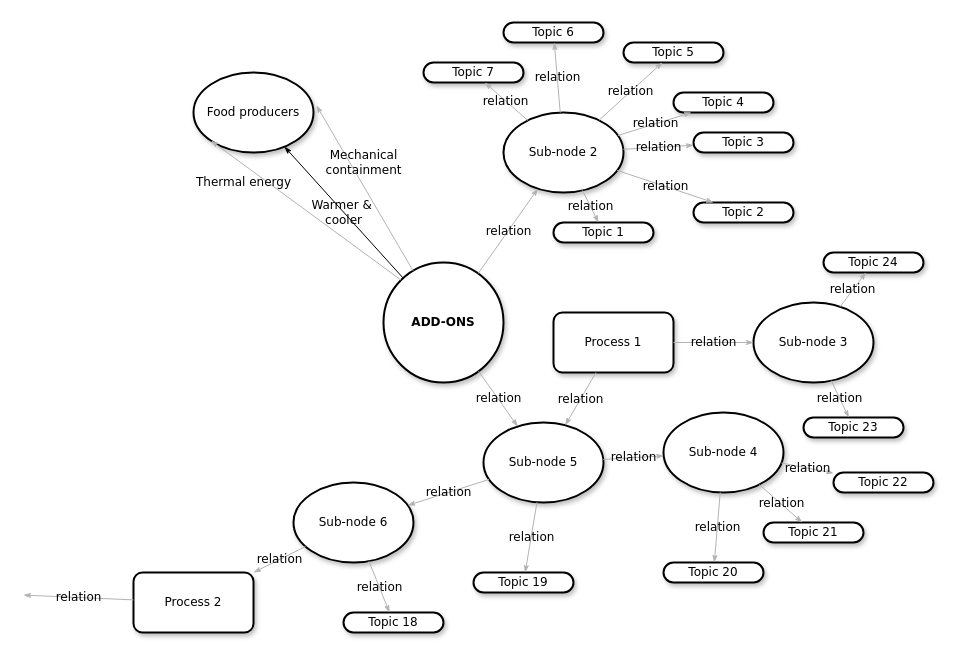
Above: External interfaces.drawio in amerezoji1362/drawio-github (draw.io), before the change. Source tidied: cells renumbered, new cells numbered last; positions are measured from the earlier drawing's top-left corner, leaving out a move shared by most shapes. Both pictures are drawn from the tidied source at 100%, with x=0, y=0 at pixel (23, 22).
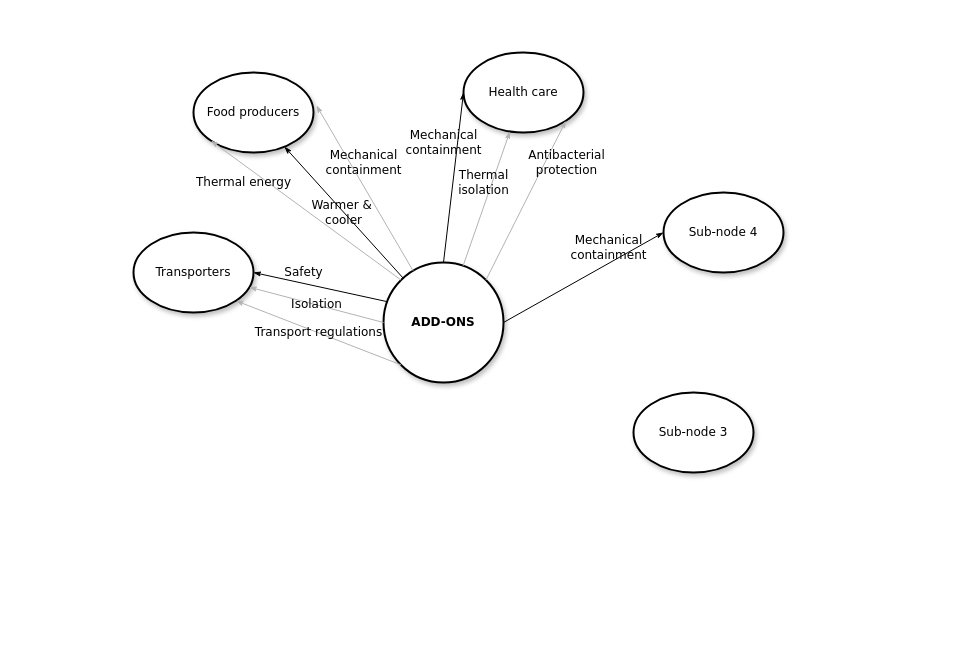
After the change.

Unchanged cells that the change refers to:
```xml
<mxCell id="4" value="&lt;b&gt;ADD-ONS&lt;/b&gt;" style="ellipse;whiteSpace=wrap;html=1;rounded=1;shadow=1;comic=0;labelBackgroundColor=none;strokeWidth=2;fontFamily=Verdana;fontSize=12;align=center;" parent="1" vertex="1">
  <mxGeometry x="360" y="240" width="120" height="120" as="geometry" />
</mxCell>
```

Diff of the diagram source:
```diff
@@
-    <mxCell id="3" value="&lt;span&gt;Sub-node 2&lt;/span&gt;" style="ellipse;whiteSpace=wrap;html=1;rounded=1;shadow=1;comic=0;labelBackgroundColor=none;strokeWidth=2;fontFamily=Verdana;fontSize=12;align=center;" parent="1" vertex="1">
-      <mxGeometry x="480" y="90" width="120" height="80" as="geometry" />
+    <mxCell id="3" value="Health care" style="ellipse;whiteSpace=wrap;html=1;rounded=1;shadow=1;comic=0;labelBackgroundColor=none;strokeWidth=2;fontFamily=Verdana;fontSize=12;align=center;" parent="1" vertex="1">
+      <mxGeometry x="440" y="30" width="120" height="80" as="geometry" />
     </mxCell>
@@
-    <mxCell id="5" value="&lt;span&gt;Sub-node 5&lt;/span&gt;" style="ellipse;whiteSpace=wrap;html=1;rounded=1;shadow=1;comic=0;labelBackgroundColor=none;strokeWidth=2;fontFamily=Verdana;fontSize=12;align=center;" parent="1" vertex="1">
-      <mxGeometry x="460" y="400" width="120" height="80" as="geometry" />
+    <mxCell id="5" value="Transporters" style="ellipse;whiteSpace=wrap;html=1;rounded=1;shadow=1;comic=0;labelBackgroundColor=none;strokeWidth=2;fontFamily=Verdana;fontSize=12;align=center;" parent="1" vertex="1">
+      <mxGeometry x="110" y="210" width="120" height="80" as="geometry" />
     </mxCell>
     <mxCell id="6" value="&lt;span&gt;Sub-node 4&lt;/span&gt;" style="ellipse;whiteSpace=wrap;html=1;rounded=1;shadow=1;comic=0;labelBackgroundColor=none;strokeWidth=2;fontFamily=Verdana;fontSize=12;align=center;" parent="1" vertex="1">
-      <mxGeometry x="640" y="390" width="120" height="80" as="geometry" />
+      <mxGeometry x="640" y="170" width="120" height="80" as="geometry" />
     </mxCell>
-    <mxCell id="7" value="&lt;span&gt;Sub-node 6&lt;/span&gt;" style="ellipse;whiteSpace=wrap;html=1;rounded=1;shadow=1;comic=0;labelBackgroundColor=none;strokeWidth=2;fontFamily=Verdana;fontSize=12;align=center;" parent="1" vertex="1">
-      <mxGeometry x="270" y="460" width="120" height="80" as="geometry" />
-    </mxCell>
-    <mxCell id="8" value="&lt;span&gt;Topic 7&lt;/span&gt;" style="whiteSpace=wrap;html=1;rounded=1;shadow=1;comic=0;labelBackgroundColor=none;strokeWidth=2;fontFamily=Verdana;fontSize=12;align=center;arcSize=50;" parent="1" vertex="1">
-      <mxGeometry x="400" y="40" width="100" height="20" as="geometry" />
-    </mxCell>
-    <mxCell id="9" value="&lt;span&gt;Topic 21&lt;/span&gt;" style="whiteSpace=wrap;html=1;rounded=1;shadow=1;comic=0;labelBackgroundColor=none;strokeWidth=2;fontFamily=Verdana;fontSize=12;align=center;arcSize=50;" parent="1" vertex="1">
-      <mxGeometry x="740" y="500" width="100" height="20" as="geometry" />
-    </mxCell>
-    <mxCell id="10" value="&lt;span&gt;Topic 22&lt;/span&gt;" style="whiteSpace=wrap;html=1;rounded=1;shadow=1;comic=0;labelBackgroundColor=none;strokeWidth=2;fontFamily=Verdana;fontSize=12;align=center;arcSize=50;" parent="1" vertex="1">
-      <mxGeometry x="810" y="450" width="100" height="20" as="geometry" />
-    </mxCell>
-    <mxCell id="11" value="&lt;span&gt;Topic 6&lt;/span&gt;" style="whiteSpace=wrap;html=1;rounded=1;shadow=1;comic=0;labelBackgroundColor=none;strokeWidth=2;fontFamily=Verdana;fontSize=12;align=center;arcSize=50;" parent="1" vertex="1">
-      <mxGeometry x="480" width="100" height="20" as="geometry" />
-    </mxCell>
-    <mxCell id="12" value="&lt;span&gt;Topic 5&lt;/span&gt;" style="whiteSpace=wrap;html=1;rounded=1;shadow=1;comic=0;labelBackgroundColor=none;strokeWidth=2;fontFamily=Verdana;fontSize=12;align=center;arcSize=50;" parent="1" vertex="1">
-      <mxGeometry x="600" y="20" width="100" height="20" as="geometry" />
-    </mxCell>
-    <mxCell id="13" value="&lt;span&gt;Topic 4&lt;/span&gt;" style="whiteSpace=wrap;html=1;rounded=1;shadow=1;comic=0;labelBackgroundColor=none;strokeWidth=2;fontFamily=Verdana;fontSize=12;align=center;arcSize=50;" parent="1" vertex="1">
-      <mxGeometry x="650" y="70" width="100" height="20" as="geometry" />
-    </mxCell>
-    <mxCell id="14" value="&lt;span&gt;Topic 3&lt;/span&gt;" style="whiteSpace=wrap;html=1;rounded=1;shadow=1;comic=0;labelBackgroundColor=none;strokeWidth=2;fontFamily=Verdana;fontSize=12;align=center;arcSize=50;" parent="1" vertex="1">
-      <mxGeometry x="670" y="110" width="100" height="20" as="geometry" />
-    </mxCell>
-    <mxCell id="15" value="&lt;span&gt;Topic 2&lt;/span&gt;" style="whiteSpace=wrap;html=1;rounded=1;shadow=1;comic=0;labelBackgroundColor=none;strokeWidth=2;fontFamily=Verdana;fontSize=12;align=center;arcSize=50;" parent="1" vertex="1">
-      <mxGeometry x="670" y="180" width="100" height="20" as="geometry" />
-    </mxCell>
-    <mxCell id="16" value="Topic 1" style="whiteSpace=wrap;html=1;rounded=1;shadow=1;comic=0;labelBackgroundColor=none;strokeWidth=2;fontFamily=Verdana;fontSize=12;align=center;arcSize=50;" parent="1" vertex="1">
-      <mxGeometry x="530" y="200" width="100" height="20" as="geometry" />
-    </mxCell>
-    <mxCell id="17" value="&lt;span&gt;Topic 20&lt;/span&gt;" style="whiteSpace=wrap;html=1;rounded=1;shadow=1;comic=0;labelBackgroundColor=none;strokeWidth=2;fontFamily=Verdana;fontSize=12;align=center;arcSize=50;" parent="1" vertex="1">
-      <mxGeometry x="640" y="540" width="100" height="20" as="geometry" />
-    </mxCell>
-    <mxCell id="18" value="Process 2" style="rounded=1;whiteSpace=wrap;html=1;shadow=1;comic=0;labelBackgroundColor=none;strokeWidth=2;fontFamily=Verdana;fontSize=12;align=center;" parent="1" vertex="1">
-      <mxGeometry x="110" y="550" width="120" height="60" as="geometry" />
-    </mxCell>
@@
-    <mxCell id="20" value="relation" style="edgeStyle=none;rounded=1;html=1;labelBackgroundColor=none;startArrow=none;startFill=0;startSize=5;endArrow=classicThin;endFill=1;endSize=5;jettySize=auto;strokeColor=#B3B3B3;strokeWidth=1;fontFamily=Verdana;fontSize=12;" parent="1" edge="1" source="4" target="3">
-      <mxGeometry relative="1" as="geometry" />
+    <mxCell id="20" value="&lt;div&gt;Thermal&lt;/div&gt;&lt;div&gt; isolation &lt;/div&gt;" style="edgeStyle=none;rounded=1;html=1;labelBackgroundColor=none;startArrow=none;startFill=0;startSize=5;endArrow=classicThin;endFill=1;endSize=5;jettySize=auto;strokeColor=#B3B3B3;strokeWidth=1;fontFamily=Verdana;fontSize=12;" parent="1" edge="1" source="4" target="3">
+      <mxGeometry x="0.2" y="8" relative="1" as="geometry" />
     </mxCell>
-    <mxCell id="21" value="relation" style="edgeStyle=none;rounded=1;html=1;labelBackgroundColor=none;startArrow=none;startFill=0;startSize=5;endArrow=classicThin;endFill=1;endSize=5;jettySize=auto;strokeColor=#B3B3B3;strokeWidth=1;fontFamily=Verdana;fontSize=12;" parent="1" edge="1" source="4" target="5">
+    <mxCell id="21" value="Isolation" style="edgeStyle=none;rounded=1;html=1;labelBackgroundColor=none;startArrow=none;startFill=0;startSize=5;endArrow=classicThin;endFill=1;endSize=5;jettySize=auto;strokeColor=#B3B3B3;strokeWidth=1;fontFamily=Verdana;fontSize=12;exitX=0;exitY=0.5;exitDx=0;exitDy=0;" parent="1" edge="1" source="4" target="5">
       <mxGeometry relative="1" as="geometry" />
     </mxCell>
-    <mxCell id="22" value="relation" style="edgeStyle=none;rounded=1;html=1;labelBackgroundColor=none;startArrow=none;startFill=0;startSize=5;endArrow=classicThin;endFill=1;endSize=5;jettySize=auto;strokeColor=#B3B3B3;strokeWidth=1;fontFamily=Verdana;fontSize=12;" parent="1" edge="1" source="5" target="7">
+    <mxCell id="22" value="Transport regulations" style="edgeStyle=none;rounded=1;html=1;labelBackgroundColor=none;startArrow=none;startFill=0;startSize=5;endArrow=classicThin;endFill=1;endSize=5;jettySize=auto;strokeColor=#B3B3B3;strokeWidth=1;fontFamily=Verdana;fontSize=12;exitX=0;exitY=1;exitDx=0;exitDy=0;entryX=1;entryY=1;entryDx=0;entryDy=0;" parent="1" edge="1" source="4" target="5">
       <mxGeometry relative="1" as="geometry" />
     </mxCell>
-    <mxCell id="23" value="relation" style="edgeStyle=none;rounded=1;html=1;labelBackgroundColor=none;startArrow=none;startFill=0;startSize=5;endArrow=classicThin;endFill=1;endSize=5;jettySize=auto;strokeColor=#B3B3B3;strokeWidth=1;fontFamily=Verdana;fontSize=12;" parent="1" edge="1" source="5" target="6">
-      <mxGeometry relative="1" as="geometry" />
-    </mxCell>
-    <mxCell id="24" value="relation" style="edgeStyle=none;rounded=1;html=1;labelBackgroundColor=none;startArrow=none;startFill=0;startSize=5;endArrow=classicThin;endFill=1;endSize=5;jettySize=auto;strokeColor=#B3B3B3;strokeWidth=1;fontFamily=Verdana;fontSize=12;" parent="1" edge="1" source="6" target="10">
-      <mxGeometry relative="1" as="geometry" />
-    </mxCell>
-    <mxCell id="25" value="relation" style="edgeStyle=none;rounded=1;html=1;labelBackgroundColor=none;startArrow=none;startFill=0;startSize=5;endArrow=classicThin;endFill=1;endSize=5;jettySize=auto;strokeColor=#B3B3B3;strokeWidth=1;fontFamily=Verdana;fontSize=12;" parent="1" edge="1" source="6" target="9">
-      <mxGeometry relative="1" as="geometry" />
-    </mxCell>
-    <mxCell id="26" value="relation" style="edgeStyle=none;rounded=1;html=1;labelBackgroundColor=none;startArrow=none;startFill=0;startSize=5;endArrow=classicThin;endFill=1;endSize=5;jettySize=auto;strokeColor=#B3B3B3;strokeWidth=1;fontFamily=Verdana;fontSize=12;" parent="1" edge="1" source="6" target="17">
-      <mxGeometry relative="1" as="geometry" />
-    </mxCell>
-    <mxCell id="27" value="relation" style="edgeStyle=none;rounded=1;html=1;labelBackgroundColor=none;startArrow=none;startFill=0;startSize=5;endArrow=classicThin;endFill=1;endSize=5;jettySize=auto;strokeColor=#B3B3B3;strokeWidth=1;fontFamily=Verdana;fontSize=12;" parent="1" edge="1" source="3" target="16">
-      <mxGeometry relative="1" as="geometry" />
-    </mxCell>
-    <mxCell id="28" value="relation" style="edgeStyle=none;rounded=1;html=1;labelBackgroundColor=none;startArrow=none;startFill=0;startSize=5;endArrow=classicThin;endFill=1;endSize=5;jettySize=auto;strokeColor=#B3B3B3;strokeWidth=1;fontFamily=Verdana;fontSize=12;" parent="1" edge="1" source="3" target="15">
-      <mxGeometry relative="1" as="geometry" />
-    </mxCell>
-    <mxCell id="29" value="relation" style="edgeStyle=none;rounded=1;html=1;labelBackgroundColor=none;startArrow=none;startFill=0;startSize=5;endArrow=classicThin;endFill=1;endSize=5;jettySize=auto;strokeColor=#B3B3B3;strokeWidth=1;fontFamily=Verdana;fontSize=12;" parent="1" edge="1" source="3" target="14">
-      <mxGeometry relative="1" as="geometry" />
-    </mxCell>
-    <mxCell id="30" value="relation" style="edgeStyle=none;rounded=1;html=1;labelBackgroundColor=none;startArrow=none;startFill=0;startSize=5;endArrow=classicThin;endFill=1;endSize=5;jettySize=auto;strokeColor=#B3B3B3;strokeWidth=1;fontFamily=Verdana;fontSize=12;" parent="1" edge="1" source="3" target="13">
-      <mxGeometry relative="1" as="geometry" />
-    </mxCell>
-    <mxCell id="31" value="relation" style="edgeStyle=none;rounded=1;html=1;labelBackgroundColor=none;startArrow=none;startFill=0;startSize=5;endArrow=classicThin;endFill=1;endSize=5;jettySize=auto;strokeColor=#B3B3B3;strokeWidth=1;fontFamily=Verdana;fontSize=12;" parent="1" edge="1" source="3" target="12">
-      <mxGeometry relative="1" as="geometry" />
-    </mxCell>
-    <mxCell id="32" value="relation" style="edgeStyle=none;rounded=1;html=1;labelBackgroundColor=none;startArrow=none;startFill=0;startSize=5;endArrow=classicThin;endFill=1;endSize=5;jettySize=auto;strokeColor=#B3B3B3;strokeWidth=1;fontFamily=Verdana;fontSize=12;" parent="1" edge="1" source="3" target="11">
-      <mxGeometry relative="1" as="geometry" />
-    </mxCell>
-    <mxCell id="33" value="relation" style="edgeStyle=none;rounded=1;html=1;labelBackgroundColor=none;startArrow=none;startFill=0;startSize=5;endArrow=classicThin;endFill=1;endSize=5;jettySize=auto;strokeColor=#B3B3B3;strokeWidth=1;fontFamily=Verdana;fontSize=12;" parent="1" edge="1" source="3" target="8">
-      <mxGeometry relative="1" as="geometry" />
-    </mxCell>
-    <mxCell id="34" value="relation" style="edgeStyle=none;rounded=1;html=1;labelBackgroundColor=none;startArrow=none;startFill=0;startSize=5;endArrow=classicThin;endFill=1;endSize=5;jettySize=auto;strokeColor=#B3B3B3;strokeWidth=1;fontFamily=Verdana;fontSize=12;" parent="1" edge="1" source="7" target="18">
-      <mxGeometry relative="1" as="geometry" />
-    </mxCell>
-    <mxCell id="35" value="relation" style="edgeStyle=none;rounded=1;html=1;labelBackgroundColor=none;startArrow=none;startFill=0;startSize=5;endArrow=classicThin;endFill=1;endSize=5;jettySize=auto;strokeColor=#B3B3B3;strokeWidth=1;fontFamily=Verdana;fontSize=12;" parent="1" edge="1" source="18">
-      <mxGeometry relative="1" as="geometry">
-        <mxPoint y="572.6" as="targetPoint" />
-      </mxGeometry>
-    </mxCell>
-    <mxCell id="36" value="Process 1" style="rounded=1;whiteSpace=wrap;html=1;shadow=1;comic=0;labelBackgroundColor=none;strokeWidth=2;fontFamily=Verdana;fontSize=12;align=center;" parent="1" vertex="1">
-      <mxGeometry x="530" y="290" width="120" height="60" as="geometry" />
-    </mxCell>
     <mxCell id="37" value="&lt;span&gt;Sub-node 3&lt;/span&gt;" style="ellipse;whiteSpace=wrap;html=1;rounded=1;shadow=1;comic=0;labelBackgroundColor=none;strokeWidth=2;fontFamily=Verdana;fontSize=12;align=center;" parent="1" vertex="1">
-      <mxGeometry x="730" y="280" width="120" height="80" as="geometry" />
+      <mxGeometry x="610" y="370" width="120" height="80" as="geometry" />
     </mxCell>
-    <mxCell id="38" value="&lt;span&gt;Topic 24&lt;/span&gt;" style="whiteSpace=wrap;html=1;rounded=1;shadow=1;comic=0;labelBackgroundColor=none;strokeWidth=2;fontFamily=Verdana;fontSize=12;align=center;arcSize=50;" parent="1" vertex="1">
-      <mxGeometry x="800" y="230" width="100" height="20" as="geometry" />
-    </mxCell>
-    <mxCell id="39" value="&lt;span&gt;Topic 23&lt;/span&gt;" style="whiteSpace=wrap;html=1;rounded=1;shadow=1;comic=0;labelBackgroundColor=none;strokeWidth=2;fontFamily=Verdana;fontSize=12;align=center;arcSize=50;" parent="1" vertex="1">
-      <mxGeometry x="780" y="395" width="100" height="20" as="geometry" />
-    </mxCell>
-    <mxCell id="40" value="&lt;span&gt;Topic 19&lt;/span&gt;" style="whiteSpace=wrap;html=1;rounded=1;shadow=1;comic=0;labelBackgroundColor=none;strokeWidth=2;fontFamily=Verdana;fontSize=12;align=center;arcSize=50;" parent="1" vertex="1">
-      <mxGeometry x="450" y="550" width="100" height="20" as="geometry" />
-    </mxCell>
-    <mxCell id="41" value="&lt;span&gt;Topic 18&lt;/span&gt;" style="whiteSpace=wrap;html=1;rounded=1;shadow=1;comic=0;labelBackgroundColor=none;strokeWidth=2;fontFamily=Verdana;fontSize=12;align=center;arcSize=50;" parent="1" vertex="1">
-      <mxGeometry x="320" y="590" width="100" height="20" as="geometry" />
-    </mxCell>
@@
-    <mxCell id="44" value="relation" style="edgeStyle=none;rounded=1;html=1;labelBackgroundColor=none;startArrow=none;startFill=0;startSize=5;endArrow=classicThin;endFill=1;endSize=5;jettySize=auto;strokeColor=#B3B3B3;strokeWidth=1;fontFamily=Verdana;fontSize=12;" parent="1" edge="1" source="37" target="38">
-      <mxGeometry relative="1" as="geometry" />
-    </mxCell>
-    <mxCell id="45" value="relation" style="edgeStyle=none;rounded=1;html=1;labelBackgroundColor=none;startArrow=none;startFill=0;startSize=5;endArrow=classicThin;endFill=1;endSize=5;jettySize=auto;strokeColor=#B3B3B3;strokeWidth=1;fontFamily=Verdana;fontSize=12;" parent="1" edge="1" source="37" target="39">
-      <mxGeometry relative="1" as="geometry" />
-    </mxCell>
-    <mxCell id="46" value="relation" style="edgeStyle=none;rounded=1;html=1;labelBackgroundColor=none;startArrow=none;startFill=0;startSize=5;endArrow=classicThin;endFill=1;endSize=5;jettySize=auto;strokeColor=#B3B3B3;strokeWidth=1;fontFamily=Verdana;fontSize=12;" parent="1" edge="1" source="36" target="37">
-      <mxGeometry relative="1" as="geometry" />
-    </mxCell>
-    <mxCell id="47" value="relation" style="edgeStyle=none;rounded=1;html=1;labelBackgroundColor=none;startArrow=none;startFill=0;startSize=5;endArrow=classicThin;endFill=1;endSize=5;jettySize=auto;strokeColor=#B3B3B3;strokeWidth=1;fontFamily=Verdana;fontSize=12;" parent="1" edge="1" source="36" target="5">
-      <mxGeometry relative="1" as="geometry" />
-    </mxCell>
-    <mxCell id="48" value="relation" style="edgeStyle=none;rounded=1;html=1;labelBackgroundColor=none;startArrow=none;startFill=0;startSize=5;endArrow=classicThin;endFill=1;endSize=5;jettySize=auto;strokeColor=#B3B3B3;strokeWidth=1;fontFamily=Verdana;fontSize=12;" parent="1" edge="1" source="5" target="40">
-      <mxGeometry relative="1" as="geometry" />
-    </mxCell>
-    <mxCell id="49" value="relation" style="edgeStyle=none;rounded=1;html=1;labelBackgroundColor=none;startArrow=none;startFill=0;startSize=5;endArrow=classicThin;endFill=1;endSize=5;jettySize=auto;strokeColor=#B3B3B3;strokeWidth=1;fontFamily=Verdana;fontSize=12;" parent="1" edge="1" source="7" target="41">
-      <mxGeometry relative="1" as="geometry" />
-    </mxCell>
+    <mxCell id="50" value="Safety " style="edgeStyle=none;rounded=1;html=1;labelBackgroundColor=none;startArrow=none;startFill=0;startSize=5;endArrow=classicThin;endFill=1;endSize=5;jettySize=auto;strokeColor=#000000;strokeWidth=1;fontFamily=Verdana;fontSize=12;exitX=0.025;exitY=0.325;exitDx=0;exitDy=0;exitPerimeter=0;" parent="1" edge="1" source="4">
+      <mxGeometry x="0.28" y="-11" relative="1" as="geometry">
+        <mxPoint x="230" y="250" as="targetPoint" />
+      </mxGeometry>
+    </mxCell>
+    <mxCell id="51" value="&lt;div&gt;&lt;div&gt;Mechanical &lt;br&gt;&lt;/div&gt;&lt;div&gt;containment &lt;/div&gt;&lt;/div&gt;" style="edgeStyle=none;rounded=1;html=1;labelBackgroundColor=none;startArrow=none;startFill=0;startSize=5;endArrow=classicThin;endFill=1;endSize=5;jettySize=auto;strokeColor=#000000;strokeWidth=1;fontFamily=Verdana;fontSize=12;entryX=0;entryY=0.5;entryDx=0;entryDy=0;exitX=0.5;exitY=0;exitDx=0;exitDy=0;" parent="1" edge="1" source="4" target="3">
+      <mxGeometry x="0.39" y="14" relative="1" as="geometry" />
+    </mxCell>
+    <mxCell id="52" value="&lt;div&gt;Antibacterial &lt;br&gt;protection&lt;br&gt;&lt;/div&gt;" style="edgeStyle=none;rounded=1;html=1;labelBackgroundColor=none;startArrow=none;startFill=0;startSize=5;endArrow=classicThin;endFill=1;endSize=5;jettySize=auto;strokeColor=#B3B3B3;strokeWidth=1;fontFamily=Verdana;fontSize=12;exitX=1;exitY=0;exitDx=0;exitDy=0;entryX=1;entryY=1;entryDx=0;entryDy=0;" parent="1" edge="1" source="4" target="3">
+      <mxGeometry x="0.58" y="-19" relative="1" as="geometry" />
+    </mxCell>
+    <mxCell id="53" value="&lt;div&gt;&lt;div&gt;Mechanical &lt;br&gt;&lt;/div&gt;&lt;div&gt;containment &lt;/div&gt;&lt;/div&gt;" style="edgeStyle=none;rounded=1;html=1;labelBackgroundColor=none;startArrow=none;startFill=0;startSize=5;endArrow=classicThin;endFill=1;endSize=5;jettySize=auto;strokeColor=#000000;strokeWidth=1;fontFamily=Verdana;fontSize=12;entryX=0;entryY=0.5;entryDx=0;entryDy=0;" parent="1" edge="1" target="6">
+      <mxGeometry x="0.39" y="14" relative="1" as="geometry">
+        <mxPoint x="480" y="300" as="sourcePoint" />
+      </mxGeometry>
+    </mxCell>
```
